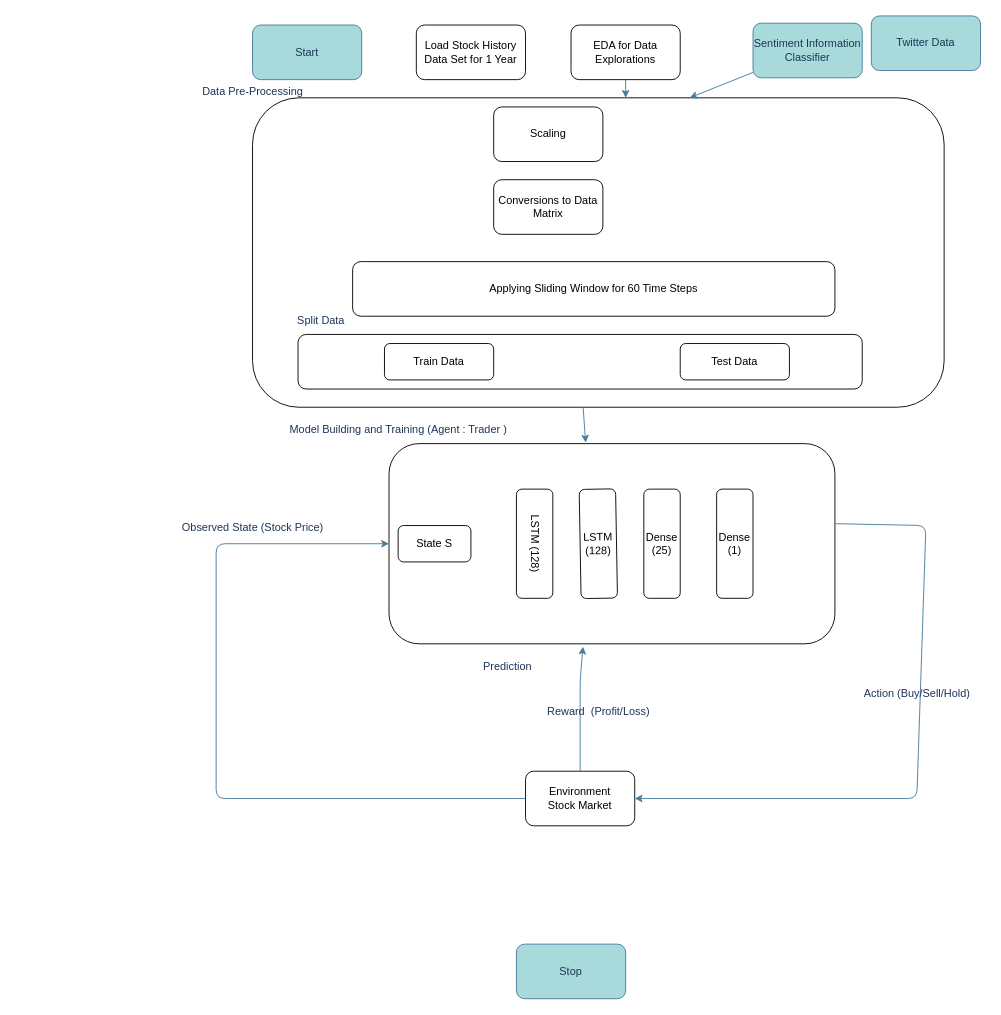
Earlier version of the draw.io diagram page "Page-3" (3 of 3) of Untitled Diagram.drawio (RatishMoondra/Course). Source tidied: cells renumbered, new cells numbered last; positions are measured from the earlier drawing's top-left corner, leaving out a move shared by most shapes. Both pictures are drawn from the tidied source at 91%, with x=0, y=0 at pixel (170, 15).
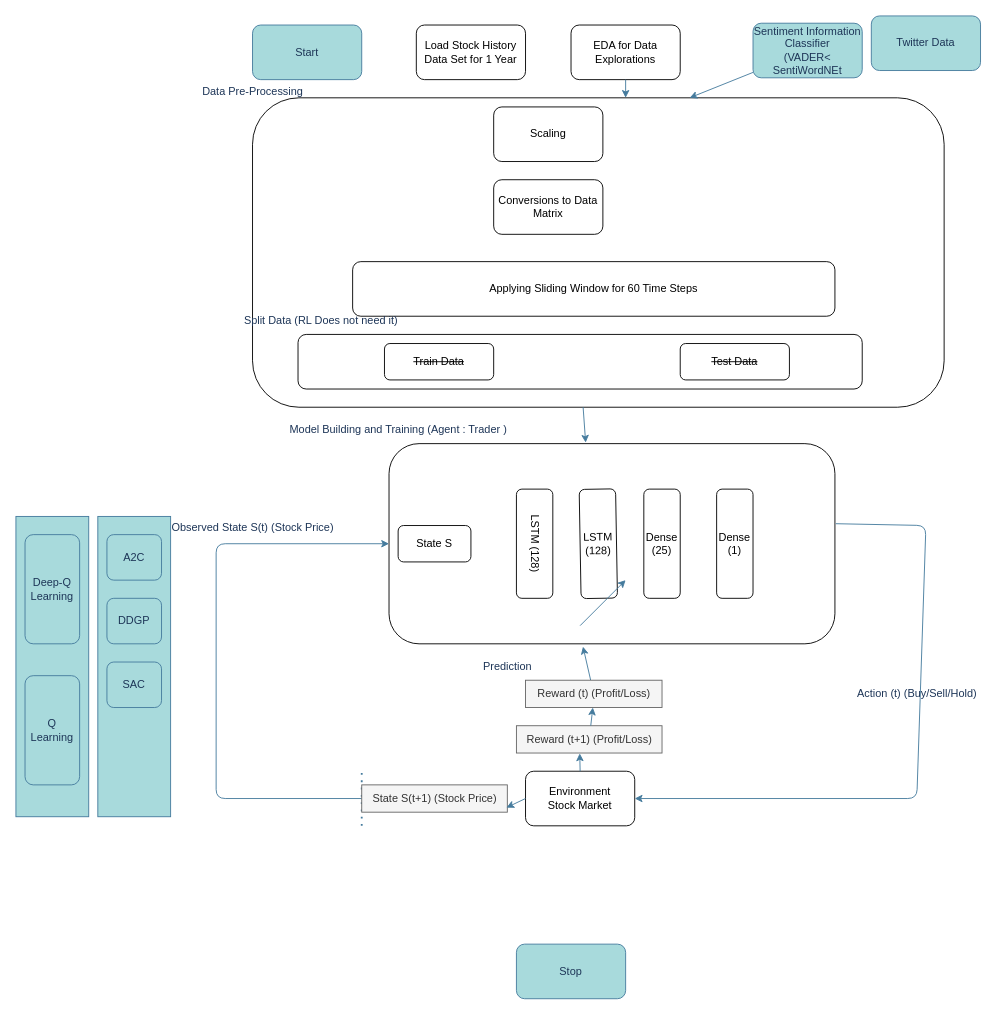
The same diagram, later.

Unchanged cells that the change refers to:
```xml
<mxCell id="13" style="rounded=1;whiteSpace=wrap;html=1;" parent="1" vertex="1">
  <mxGeometry x="240" y="470" width="490" height="220" as="geometry" />
</mxCell>
<mxCell id="20" value="Environment&lt;br&gt;Stock Market" style="rounded=1;whiteSpace=wrap;html=1;" parent="1" vertex="1">
  <mxGeometry x="390" y="830" width="120" height="60" as="geometry" />
</mxCell>
```

Diff of the diagram source:
```diff
@@
-    <mxCell id="11" value="Train Data" style="rounded=1;whiteSpace=wrap;html=1;" parent="1" vertex="1">
+    <mxCell id="11" value="&lt;strike&gt;Train Data&lt;/strike&gt;" style="rounded=1;whiteSpace=wrap;html=1;" parent="1" vertex="1">
       <mxGeometry x="235" y="360" width="120" height="40" as="geometry" />
     </mxCell>
-    <mxCell id="12" value="Test Data" style="rounded=1;whiteSpace=wrap;html=1;" parent="1" vertex="1">
+    <mxCell id="12" value="&lt;strike&gt;Test Data&lt;/strike&gt;" style="rounded=1;whiteSpace=wrap;html=1;" parent="1" vertex="1">
       <mxGeometry x="560" y="360" width="120" height="40" as="geometry" />
     </mxCell>
@@
-    <mxCell id="19" value="Split Data" style="text;html=1;align=center;verticalAlign=middle;strokeColor=none;fillColor=none;fontColor=#1D3557;" parent="1" vertex="1">
-      <mxGeometry x="125" y="320" width="80" height="30" as="geometry" />
+    <mxCell id="19" value="Split Data (RL Does not need it)" style="text;html=1;align=center;verticalAlign=middle;strokeColor=none;fillColor=none;fontColor=#1D3557;" parent="1" vertex="1">
+      <mxGeometry x="70" y="320" width="190" height="30" as="geometry" />
     </mxCell>
@@
-    <mxCell id="24" value="Sentiment Information Classifier" style="rounded=1;whiteSpace=wrap;html=1;strokeColor=#457B9D;fontColor=#1D3557;fillColor=#A8DADC;" parent="1" vertex="1">
+    <mxCell id="24" value="Sentiment Information Classifier&lt;br&gt;(VADER&amp;lt; SentiWordNEt" style="rounded=1;whiteSpace=wrap;html=1;strokeColor=#457B9D;fontColor=#1D3557;fillColor=#A8DADC;" parent="1" vertex="1">
       <mxGeometry x="640" y="8" width="120" height="60" as="geometry" />
     </mxCell>
@@
-    <mxCell id="27" style="endArrow=classic;html=1;rounded=1;strokeColor=#457B9D;fontColor=#1D3557;fillColor=#A8DADC;exitX=0;exitY=0.5;exitDx=0;exitDy=0;entryX=0;entryY=0.5;entryDx=0;entryDy=0;" parent="1" edge="1" source="20" target="13">
+    <mxCell id="27" style="endArrow=classic;html=1;rounded=1;strokeColor=#457B9D;fontColor=#1D3557;fillColor=#A8DADC;entryX=0;entryY=0.5;entryDx=0;entryDy=0;" parent="1" edge="1" source="36" target="13">
       <mxGeometry relative="1" as="geometry">
         <Array as="points">
           <mxPoint x="50" y="860" />
           <mxPoint x="50" y="580" />
         </Array>
       </mxGeometry>
     </mxCell>
-    <mxCell id="28" style="endArrow=classic;html=1;rounded=1;strokeColor=#457B9D;fontColor=#1D3557;fillColor=#A8DADC;exitX=0.5;exitY=0;exitDx=0;exitDy=0;entryX=0.435;entryY=1.014;entryDx=0;entryDy=0;entryPerimeter=0;" parent="1" edge="1" source="20" target="13">
-      <mxGeometry relative="1" as="geometry">
-        <Array as="points">
-          <mxPoint x="450" y="770" />
-          <mxPoint x="450" y="730" />
-        </Array>
-      </mxGeometry>
+    <mxCell id="28" style="endArrow=classic;html=1;rounded=1;strokeColor=#457B9D;fontColor=#1D3557;fillColor=#A8DADC;entryX=0.435;entryY=1.014;entryDx=0;entryDy=0;entryPerimeter=0;" parent="1" edge="1" source="30" target="13">
+      <mxGeometry relative="1" as="geometry" />
     </mxCell>
-    <mxCell id="29" value="Observed State (Stock Price)" style="text;html=1;align=center;verticalAlign=middle;strokeColor=none;fillColor=none;fontColor=#1D3557;" parent="1" vertex="1">
-      <mxGeometry y="548" width="180" height="30" as="geometry" />
+    <mxCell id="29" value="Observed State S(t) (Stock Price)" style="text;html=1;align=center;verticalAlign=middle;strokeColor=none;fillColor=none;fontColor=#1D3557;" parent="1" vertex="1">
+      <mxGeometry x="-10" y="548" width="200" height="30" as="geometry" />
     </mxCell>
-    <mxCell id="30" value="Reward&amp;nbsp; (Profit/Loss)" style="text;html=1;align=center;verticalAlign=middle;points=[];strokeColor=none;fillColor=none;fontColor=#1D3557;" parent="1" vertex="1">
-      <mxGeometry x="400" y="750" width="140" height="30" as="geometry" />
+    <mxCell id="30" value="Reward (t) (Profit/Loss)" style="text;html=1;align=center;verticalAlign=middle;points=[];strokeColor=#666666;fillColor=#f5f5f5;fontColor=#333333;" parent="1" vertex="1">
+      <mxGeometry x="390" y="730" width="150" height="30" as="geometry" />
     </mxCell>
@@
-    <mxCell id="33" value="Action (Buy/Sell/Hold)" style="text;html=1;align=center;verticalAlign=middle;strokeColor=none;fillColor=none;fontColor=#1D3557;" parent="1" vertex="1">
-      <mxGeometry x="750" y="730" width="140" height="30" as="geometry" />
+    <mxCell id="33" value="Action (t) (Buy/Sell/Hold)" style="text;html=1;align=center;verticalAlign=middle;strokeColor=none;fillColor=none;fontColor=#1D3557;" parent="1" vertex="1">
+      <mxGeometry x="745" y="730" width="150" height="30" as="geometry" />
     </mxCell>
@@
+    <mxCell id="35" style="endArrow=none;dashed=1;html=1;dashPattern=1 3;strokeWidth=2;rounded=1;strokeColor=#457B9D;fontColor=#1D3557;fillColor=#A8DADC;" parent="1" edge="1">
+      <mxGeometry relative="1" as="geometry">
+        <mxPoint x="210" y="890" as="sourcePoint" />
+        <mxPoint x="210" y="830" as="targetPoint" />
+      </mxGeometry>
+    </mxCell>
+    <mxCell id="36" value="State S(t+1) (Stock Price)" style="text;html=1;align=center;verticalAlign=middle;points=[];fillColor=#f5f5f5;fontColor=#333333;strokeColor=#666666;" parent="1" vertex="1">
+      <mxGeometry x="210" y="845" width="160" height="30" as="geometry" />
+    </mxCell>
+    <mxCell id="37" style="endArrow=classic;html=1;rounded=1;strokeColor=#457B9D;fontColor=#1D3557;fillColor=#A8DADC;exitX=0;exitY=0.5;exitDx=0;exitDy=0;entryX=0.994;entryY=0.833;entryDx=0;entryDy=0;entryPerimeter=0;" parent="1" edge="1" source="20" target="36">
+      <mxGeometry relative="1" as="geometry" />
+    </mxCell>
+    <mxCell id="38" style="endArrow=classic;html=1;rounded=1;strokeColor=#457B9D;fontColor=#1D3557;fillColor=#A8DADC;exitX=0.5;exitY=0;exitDx=0;exitDy=0;entryX=0.435;entryY=1.014;entryDx=0;entryDy=0;entryPerimeter=0;" parent="1" edge="1" source="20" target="39">
+      <mxGeometry relative="1" as="geometry" />
+    </mxCell>
+    <mxCell id="39" value="Reward (t+1) (Profit/Loss)" style="text;html=1;align=center;verticalAlign=middle;points=[];strokeColor=#666666;fillColor=#f5f5f5;fontColor=#333333;" parent="1" vertex="1">
+      <mxGeometry x="380" y="780" width="160" height="30" as="geometry" />
+    </mxCell>
+    <mxCell id="40" style="endArrow=classic;html=1;rounded=1;strokeColor=#457B9D;fontColor=#1D3557;fillColor=#A8DADC;" parent="1" edge="1">
+      <mxGeometry relative="1" as="geometry">
+        <mxPoint x="450" y="670" as="sourcePoint" />
+        <mxPoint x="500" y="620" as="targetPoint" />
+      </mxGeometry>
+    </mxCell>
+    <mxCell id="41" style="endArrow=classic;html=1;rounded=1;strokeColor=#457B9D;fontColor=#1D3557;fillColor=#A8DADC;entryX=0.493;entryY=1;entryDx=0;entryDy=0;entryPerimeter=0;" parent="1" edge="1" source="39" target="30">
+      <mxGeometry relative="1" as="geometry" />
+    </mxCell>
+    <mxCell id="42" style="rounded=0;whiteSpace=wrap;html=1;strokeColor=#457B9D;fontColor=#1D3557;fillColor=#A8DADC;direction=south;" parent="1" vertex="1">
+      <mxGeometry x="-170" y="550" width="80" height="330" as="geometry" />
+    </mxCell>
+    <mxCell id="43" value="Q Learning" style="rounded=1;whiteSpace=wrap;html=1;strokeColor=#457B9D;fontColor=#1D3557;fillColor=#A8DADC;direction=south;" parent="1" vertex="1">
+      <mxGeometry x="-160" y="725" width="60" height="120" as="geometry" />
+    </mxCell>
+    <mxCell id="44" value="Deep-Q Learning" style="rounded=1;whiteSpace=wrap;html=1;strokeColor=#457B9D;fontColor=#1D3557;fillColor=#A8DADC;direction=south;" parent="1" vertex="1">
+      <mxGeometry x="-160" y="570" width="60" height="120" as="geometry" />
+    </mxCell>
+    <mxCell id="45" style="rounded=0;whiteSpace=wrap;html=1;strokeColor=#457B9D;fontColor=#1D3557;fillColor=#A8DADC;direction=south;" parent="1" vertex="1">
+      <mxGeometry x="-80" y="550" width="80" height="330" as="geometry" />
+    </mxCell>
+    <mxCell id="46" value="A2C" style="rounded=1;whiteSpace=wrap;html=1;strokeColor=#457B9D;fontColor=#1D3557;fillColor=#A8DADC;direction=south;" parent="1" vertex="1">
+      <mxGeometry x="-70" y="570" width="60" height="50" as="geometry" />
+    </mxCell>
+    <mxCell id="47" value="DDGP" style="rounded=1;whiteSpace=wrap;html=1;strokeColor=#457B9D;fontColor=#1D3557;fillColor=#A8DADC;direction=south;" parent="1" vertex="1">
+      <mxGeometry x="-70" y="640" width="60" height="50" as="geometry" />
+    </mxCell>
+    <mxCell id="48" value="SAC" style="rounded=1;whiteSpace=wrap;html=1;strokeColor=#457B9D;fontColor=#1D3557;fillColor=#A8DADC;direction=south;" parent="1" vertex="1">
+      <mxGeometry x="-70" y="710" width="60" height="50" as="geometry" />
+    </mxCell>
```
